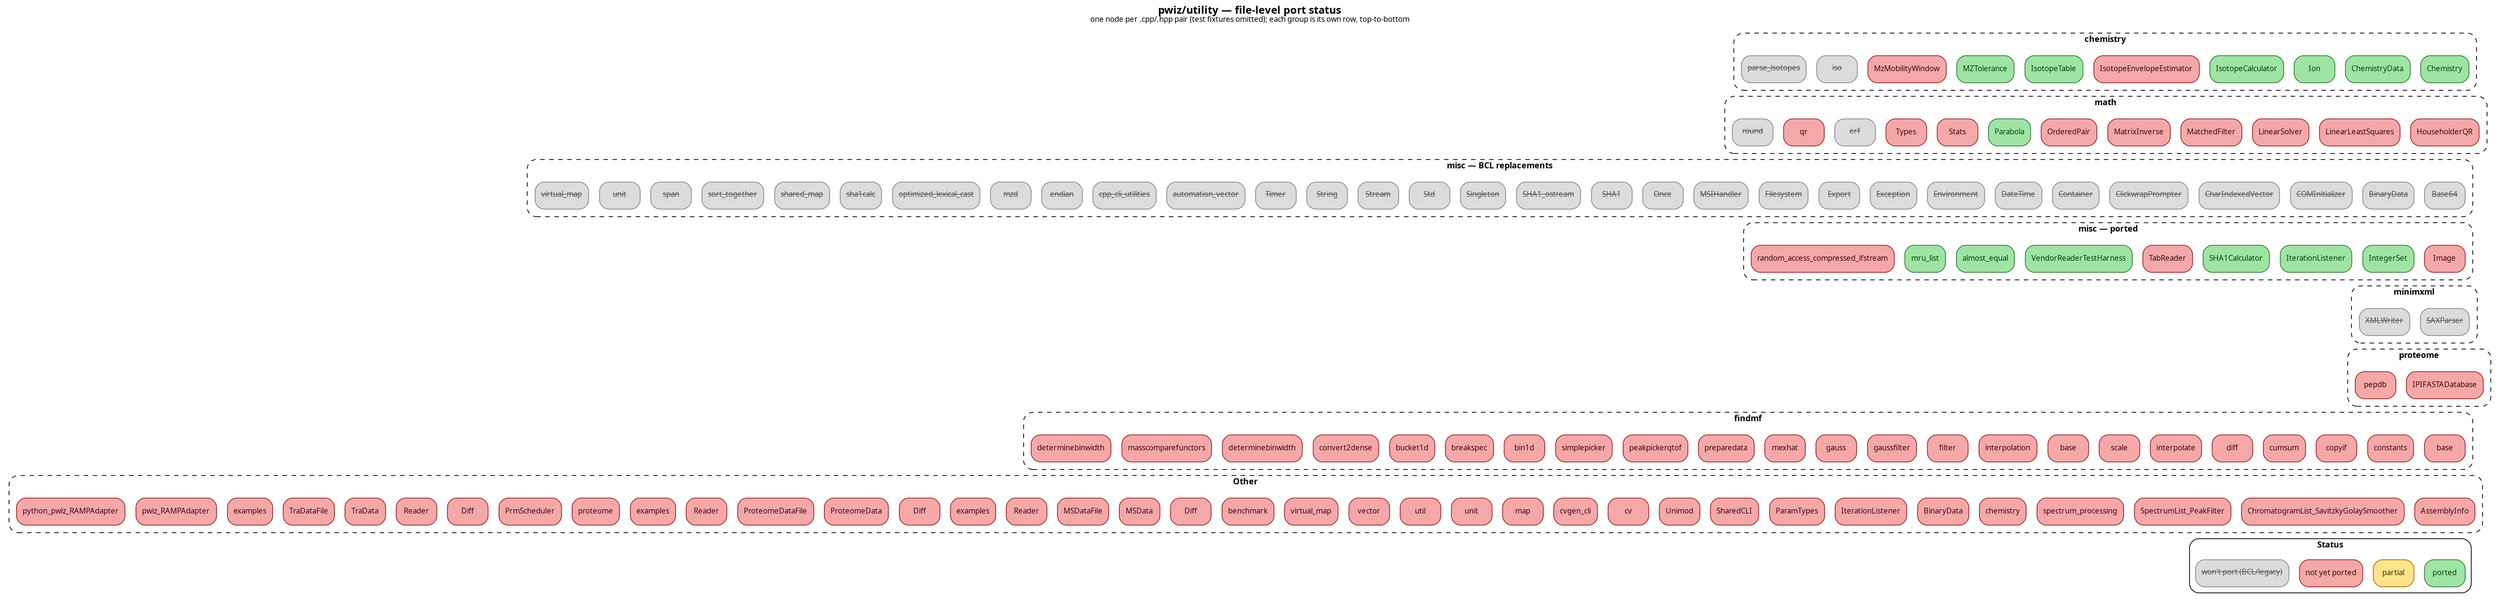
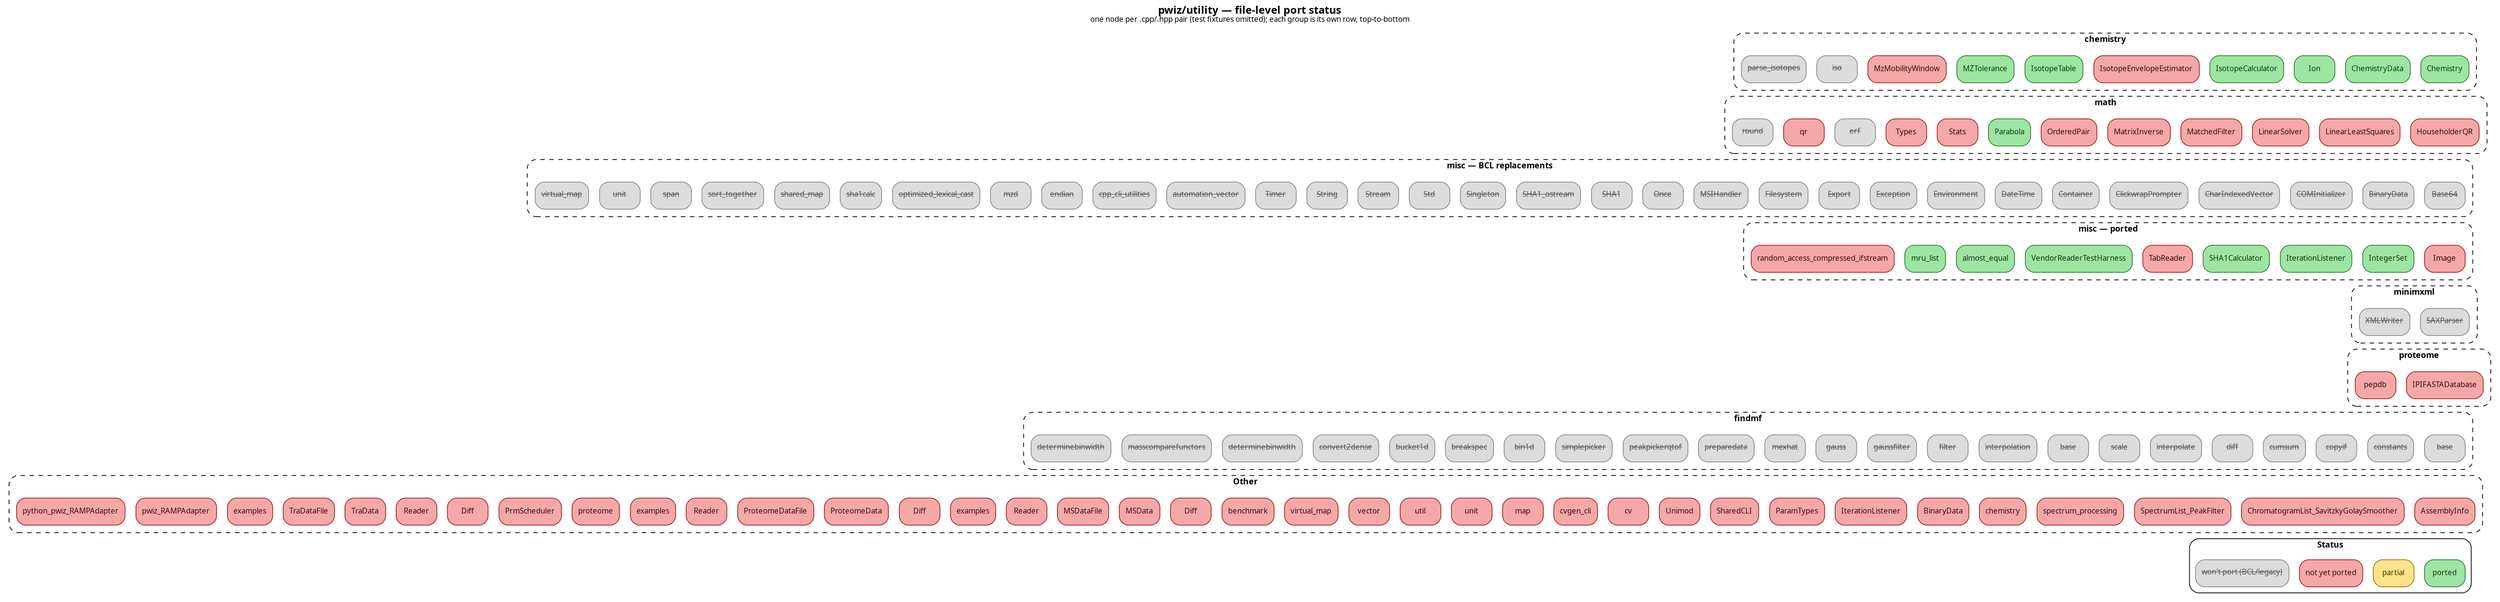
digraph pwiz_module_detail {
  rankdir=TB;
  labelloc=t;
  label=<<b>pwiz/utility — file-level port status</b><br/><font point-size="10">one node per .cpp/.hpp pair (test fixtures omitted); each group is its own row, top-to-bottom</font>>;
  fontname="Segoe UI";
  node [shape=box, style="filled,rounded", fontname="Segoe UI", fontsize=10];
  edge [color="#444"];
  ranksep=0.6; nodesep=0.2;
  compound=true;
  newrank=true;
  splines=false;
  subgraph cluster_utility_chemistry {
    label=<<b>chemistry</b>>;
    style="rounded,dashed";
    color="#888";
    fontname="Segoe UI";
    fontsize=11;
    margin=10;
    rank=same;
    n_utility__chemistry__Chemistry [label="Chemistry", fillcolor="#9ee5a3", color="#2c7a32", fontcolor="#0a3d10", tooltip="Element / Formula / Mass arithmetic. Ported as Util/Chemistry/Formula.cs + Element*.cs +&#10;PhysicalConstants.cs. Generated 118-element table from cpp via Chemistry/generate_elements.py.", href="https://github.com/ProteoWizard/pwiz/blob/master/pwiz/utility/chemistry/Chemistry.cpp", target="_blank"];
    n_utility__chemistry__ChemistryData [label="ChemistryData", fillcolor="#9ee5a3", color="#2c7a32", fontcolor="#0a3d10", tooltip="Generated isotope masses + abundances for all 118 elements. Ported as Util/Chemistry/ChemistryData.generated.cs.", href="https://github.com/ProteoWizard/pwiz/blob/master/pwiz/utility/chemistry/ChemistryData.cpp", target="_blank"];
    n_utility__chemistry__Ion [label="Ion", fillcolor="#9ee5a3", color="#2c7a32", fontcolor="#0a3d10", tooltip="m/z-from-mass-and-charge helpers. Ported as Util/Chemistry/Ion.cs.", href="https://github.com/ProteoWizard/pwiz/blob/master/pwiz/utility/chemistry/Ion.hpp", target="_blank"];
    n_utility__chemistry__IsotopeCalculator [label="IsotopeCalculator", fillcolor="#9ee5a3", color="#2c7a32", fontcolor="#0a3d10", tooltip="Isotope-envelope distribution calculator. Ported as Util/Chemistry/IsotopeCalculator.cs.", href="https://github.com/ProteoWizard/pwiz/blob/master/pwiz/utility/chemistry/IsotopeCalculator.cpp", target="_blank"];
    n_utility__chemistry__IsotopeEnvelopeEstimator [label="IsotopeEnvelopeEstimator", fillcolor="#f5a8a8", color="#a02020", fontcolor="#3d0a0a", tooltip="Statistical fit of isotope-envelope shapes. NOT PORTED — no current consumer.", href="https://github.com/ProteoWizard/pwiz/blob/master/pwiz/utility/chemistry/IsotopeEnvelopeEstimator.cpp", target="_blank"];
    n_utility__chemistry__IsotopeTable [label="IsotopeTable", fillcolor="#9ee5a3", color="#2c7a32", fontcolor="#0a3d10", tooltip="Per-element isotope table. Ported as Util/Chemistry/IsotopeTable.cs.", href="https://github.com/ProteoWizard/pwiz/blob/master/pwiz/utility/chemistry/IsotopeTable.cpp", target="_blank"];
    n_utility__chemistry__MZTolerance [label="MZTolerance", fillcolor="#9ee5a3", color="#2c7a32", fontcolor="#0a3d10", tooltip="m/z tolerance ppm/Da arithmetic. Ported as Util/Chemistry/MZTolerance.cs.", href="https://github.com/ProteoWizard/pwiz/blob/master/pwiz/utility/chemistry/MZTolerance.cpp", target="_blank"];
    n_utility__chemistry__MzMobilityWindow [label="MzMobilityWindow", fillcolor="#f5a8a8", color="#a02020", fontcolor="#3d0a0a", tooltip="(m/z, ion-mobility) window math. NOT PORTED.", href="https://github.com/ProteoWizard/pwiz/blob/master/pwiz/utility/chemistry/MzMobilityWindow.hpp", target="_blank"];
    n_utility__chemistry__iso [label=<<s>iso</s>>, fillcolor="#dcdcdc", color="#888888", fontcolor="#555555", tooltip="Small command-line tool. SKIPPED.", href="https://github.com/ProteoWizard/pwiz/blob/master/pwiz/utility/chemistry/iso.cpp", target="_blank"];
    n_utility__chemistry__parse_isotopes [label=<<s>parse_isotopes</s>>, fillcolor="#dcdcdc", color="#888888", fontcolor="#555555", tooltip="Tiny CLI helper. SKIPPED.", href="https://github.com/ProteoWizard/pwiz/blob/master/pwiz/utility/chemistry/parse_isotopes.cpp", target="_blank"];
    n_utility__chemistry__Chemistry -> n_utility__chemistry__ChemistryData -> n_utility__chemistry__Ion -> n_utility__chemistry__IsotopeCalculator -> n_utility__chemistry__IsotopeEnvelopeEstimator -> n_utility__chemistry__IsotopeTable -> n_utility__chemistry__MZTolerance -> n_utility__chemistry__MzMobilityWindow -> n_utility__chemistry__iso -> n_utility__chemistry__parse_isotopes [style=invis, constraint=false];
  }
  subgraph cluster_utility_math {
    label=<<b>math</b>>;
    style="rounded,dashed";
    color="#888";
    fontname="Segoe UI";
    fontsize=11;
    margin=10;
    rank=same;
    n_utility__math__HouseholderQR [label="HouseholderQR", fillcolor="#f5a8a8", color="#a02020", fontcolor="#3d0a0a", tooltip="Not yet ported. No specific reason recorded.", href="https://github.com/ProteoWizard/pwiz/blob/master/pwiz/utility/math/HouseholderQR.hpp", target="_blank"];
    n_utility__math__LinearLeastSquares [label="LinearLeastSquares", fillcolor="#f5a8a8", color="#a02020", fontcolor="#3d0a0a", tooltip="Not yet ported. No specific reason recorded.", href="https://github.com/ProteoWizard/pwiz/blob/master/pwiz/utility/math/LinearLeastSquares.hpp", target="_blank"];
    n_utility__math__LinearSolver [label="LinearSolver", fillcolor="#f5a8a8", color="#a02020", fontcolor="#3d0a0a", tooltip="Not yet ported. No specific reason recorded.", href="https://github.com/ProteoWizard/pwiz/blob/master/pwiz/utility/math/LinearSolver.hpp", target="_blank"];
    n_utility__math__MatchedFilter [label="MatchedFilter", fillcolor="#f5a8a8", color="#a02020", fontcolor="#3d0a0a", tooltip="Not yet ported. No specific reason recorded.", href="https://github.com/ProteoWizard/pwiz/blob/master/pwiz/utility/math/MatchedFilter.hpp", target="_blank"];
    n_utility__math__MatrixInverse [label="MatrixInverse", fillcolor="#f5a8a8", color="#a02020", fontcolor="#3d0a0a", tooltip="Use MathNet.Numerics.LinearAlgebra. NOT PORTED.", href="https://github.com/ProteoWizard/pwiz/blob/master/pwiz/utility/math/MatrixInverse.hpp", target="_blank"];
    n_utility__math__OrderedPair [label="OrderedPair", fillcolor="#f5a8a8", color="#a02020", fontcolor="#3d0a0a", tooltip="Tiny (x,y) struct. NOT PORTED — System.ValueTuple covers.", href="https://github.com/ProteoWizard/pwiz/blob/master/pwiz/utility/math/OrderedPair.hpp", target="_blank"];
    n_utility__math__Parabola [label="Parabola", fillcolor="#9ee5a3", color="#2c7a32", fontcolor="#0a3d10", tooltip="3-point parabola fit (peak-centroiding). Ported as Util/Math/Parabola.cs.", href="https://github.com/ProteoWizard/pwiz/blob/master/pwiz/utility/math/Parabola.cpp", target="_blank"];
    n_utility__math__Stats [label="Stats", fillcolor="#f5a8a8", color="#a02020", fontcolor="#3d0a0a", tooltip="Mean/variance/percentile helpers. NOT PORTED — MathNet.Numerics covers the use cases.", href="https://github.com/ProteoWizard/pwiz/blob/master/pwiz/utility/math/Stats.cpp", target="_blank"];
    n_utility__math__Types [label="Types", fillcolor="#f5a8a8", color="#a02020", fontcolor="#3d0a0a", tooltip="Not yet ported. No specific reason recorded.", href="https://github.com/ProteoWizard/pwiz/blob/master/pwiz/utility/math/Types.hpp", target="_blank"];
    n_utility__math__erf [label=<<s>erf</s>>, fillcolor="#dcdcdc", color="#888888", fontcolor="#555555", tooltip="Use System.Math.Erf (.NET 5+). SKIPPED.", href="https://github.com/ProteoWizard/pwiz/blob/master/pwiz/utility/math/erf.cpp", target="_blank"];
    n_utility__math__qr [label="qr", fillcolor="#f5a8a8", color="#a02020", fontcolor="#3d0a0a", tooltip="Not yet ported. No specific reason recorded.", href="https://github.com/ProteoWizard/pwiz/blob/master/pwiz/utility/math/qr.hpp", target="_blank"];
    n_utility__math__round [label=<<s>round</s>>, fillcolor="#dcdcdc", color="#888888", fontcolor="#555555", tooltip="Use System.Math.Round. SKIPPED.", href="https://github.com/ProteoWizard/pwiz/blob/master/pwiz/utility/math/round.hpp", target="_blank"];
    n_utility__math__HouseholderQR -> n_utility__math__LinearLeastSquares -> n_utility__math__LinearSolver -> n_utility__math__MatchedFilter -> n_utility__math__MatrixInverse -> n_utility__math__OrderedPair -> n_utility__math__Parabola -> n_utility__math__Stats -> n_utility__math__Types -> n_utility__math__erf -> n_utility__math__qr -> n_utility__math__round [style=invis, constraint=false];
  }
  subgraph cluster_utility_misc_BCL_replacements {
    label=<<b>misc — BCL replacements</b>>;
    style="rounded,dashed";
    color="#888";
    fontname="Segoe UI";
    fontsize=11;
    margin=10;
    rank=same;
    n_utility__misc__Base64 [label=<<s>Base64</s>>, fillcolor="#dcdcdc", color="#888888", fontcolor="#555555", tooltip="Use System.Convert.ToBase64String / Buffers.Text.Base64. SKIPPED.", href="https://github.com/ProteoWizard/pwiz/blob/master/pwiz/utility/misc/Base64.cpp", target="_blank"];
    n_utility__misc__BinaryData [label=<<s>BinaryData</s>>, fillcolor="#dcdcdc", color="#888888", fontcolor="#555555", tooltip="Use byte[] / Span<byte>. SKIPPED.", href="https://github.com/ProteoWizard/pwiz/blob/master/pwiz/utility/misc/BinaryData.cpp", target="_blank"];
    n_utility__misc__COMInitializer [label=<<s>COMInitializer</s>>, fillcolor="#dcdcdc", color="#888888", fontcolor="#555555", tooltip="COM apartment init. SKIPPED.", href="https://github.com/ProteoWizard/pwiz/blob/master/pwiz/utility/misc/COMInitializer.cpp", target="_blank"];
    n_utility__misc__CharIndexedVector [label=<<s>CharIndexedVector</s>>, fillcolor="#dcdcdc", color="#888888", fontcolor="#555555", tooltip="Char-keyed bitmap. SKIPPED — replaced by Dictionary<char,T>.", href="https://github.com/ProteoWizard/pwiz/blob/master/pwiz/utility/misc/CharIndexedVector.hpp", target="_blank"];
    n_utility__misc__ClickwrapPrompter [label=<<s>ClickwrapPrompter</s>>, fillcolor="#dcdcdc", color="#888888", fontcolor="#555555", tooltip="Vendor-license EULA prompt at build time. SKIPPED — handled by build scripts.", href="https://github.com/ProteoWizard/pwiz/blob/master/pwiz/utility/misc/ClickwrapPrompter.cpp", target="_blank"];
    n_utility__misc__Container [label=<<s>Container</s>>, fillcolor="#dcdcdc", color="#888888", fontcolor="#555555", tooltip="C++ STL container alias header. N/A. SKIPPED.", href="https://github.com/ProteoWizard/pwiz/blob/master/pwiz/utility/misc/Container.hpp", target="_blank"];
    n_utility__misc__DateTime [label=<<s>DateTime</s>>, fillcolor="#dcdcdc", color="#888888", fontcolor="#555555", tooltip="Use System.DateTime + System.DateTimeOffset. SKIPPED.", href="https://github.com/ProteoWizard/pwiz/blob/master/pwiz/utility/misc/DateTime.hpp", target="_blank"];
    n_utility__misc__Environment [label=<<s>Environment</s>>, fillcolor="#dcdcdc", color="#888888", fontcolor="#555555", tooltip="Use System.Environment. SKIPPED.", href="https://github.com/ProteoWizard/pwiz/blob/master/pwiz/utility/misc/Environment.hpp", target="_blank"];
    n_utility__misc__Exception [label=<<s>Exception</s>>, fillcolor="#dcdcdc", color="#888888", fontcolor="#555555", tooltip="Use System exception types. SKIPPED.", href="https://github.com/ProteoWizard/pwiz/blob/master/pwiz/utility/misc/Exception.hpp", target="_blank"];
    n_utility__misc__Export [label=<<s>Export</s>>, fillcolor="#dcdcdc", color="#888888", fontcolor="#555555", tooltip="DLL_EXPORT/IMPORT macros. N/A. SKIPPED.", href="https://github.com/ProteoWizard/pwiz/blob/master/pwiz/utility/misc/Export.hpp", target="_blank"];
    n_utility__misc__Filesystem [label=<<s>Filesystem</s>>, fillcolor="#dcdcdc", color="#888888", fontcolor="#555555", tooltip="Use System.IO.Path / Directory / File. SKIPPED.", href="https://github.com/ProteoWizard/pwiz/blob/master/pwiz/utility/misc/Filesystem.cpp", target="_blank"];
    n_utility__misc__MSIHandler [label=<<s>MSIHandler</s>>, fillcolor="#dcdcdc", color="#888888", fontcolor="#555555", tooltip="Windows Installer detection. SKIPPED.", href="https://github.com/ProteoWizard/pwiz/blob/master/pwiz/utility/misc/MSIHandler.cpp", target="_blank"];
    n_utility__misc__Once [label=<<s>Once</s>>, fillcolor="#dcdcdc", color="#888888", fontcolor="#555555", tooltip="Thread-safe one-shot init. Use Lazy<T> / static ctor. SKIPPED.", href="https://github.com/ProteoWizard/pwiz/blob/master/pwiz/utility/misc/Once.hpp", target="_blank"];
    n_utility__misc__SHA1 [label=<<s>SHA1</s>>, fillcolor="#dcdcdc", color="#888888", fontcolor="#555555", tooltip="Use System.Security.Cryptography.SHA1. SKIPPED.", href="https://github.com/ProteoWizard/pwiz/blob/master/pwiz/utility/misc/SHA1.cpp", target="_blank"];
    n_utility__misc__SHA1_ostream [label=<<s>SHA1_ostream</s>>, fillcolor="#dcdcdc", color="#888888", fontcolor="#555555", tooltip="stdout-tee SHA1 stream — covered by HashingCountingStream in MsData. SKIPPED.", href="https://github.com/ProteoWizard/pwiz/blob/master/pwiz/utility/misc/SHA1_ostream.hpp", target="_blank"];
    n_utility__misc__Singleton [label=<<s>Singleton</s>>, fillcolor="#dcdcdc", color="#888888", fontcolor="#555555", tooltip="Use static / DI / Lazy<T>. SKIPPED.", href="https://github.com/ProteoWizard/pwiz/blob/master/pwiz/utility/misc/Singleton.hpp", target="_blank"];
    n_utility__misc__Std [label=<<s>Std</s>>, fillcolor="#dcdcdc", color="#888888", fontcolor="#555555", tooltip="C++ namespace alias header (using std::...). N/A in C#. SKIPPED.", href="https://github.com/ProteoWizard/pwiz/blob/master/pwiz/utility/misc/Std.hpp", target="_blank"];
    n_utility__misc__Stream [label=<<s>Stream</s>>, fillcolor="#dcdcdc", color="#888888", fontcolor="#555555", tooltip="Use System.IO streams. SKIPPED.", href="https://github.com/ProteoWizard/pwiz/blob/master/pwiz/utility/misc/Stream.hpp", target="_blank"];
    n_utility__misc__String [label=<<s>String</s>>, fillcolor="#dcdcdc", color="#888888", fontcolor="#555555", tooltip="Use System.String + System.Text. SKIPPED.", href="https://github.com/ProteoWizard/pwiz/blob/master/pwiz/utility/misc/String.cpp", target="_blank"];
    n_utility__misc__Timer [label=<<s>Timer</s>>, fillcolor="#dcdcdc", color="#888888", fontcolor="#555555", tooltip="Use System.Diagnostics.Stopwatch. SKIPPED.", href="https://github.com/ProteoWizard/pwiz/blob/master/pwiz/utility/misc/Timer.hpp", target="_blank"];
    n_utility__misc__automation_vector [label=<<s>automation_vector</s>>, fillcolor="#dcdcdc", color="#888888", fontcolor="#555555", tooltip="COM SAFEARRAY interop helper. N/A in pwiz-sharp. SKIPPED.", href="https://github.com/ProteoWizard/pwiz/blob/master/pwiz/utility/misc/automation_vector.cpp", target="_blank"];
    n_utility__misc__cpp_cli_utilities [label=<<s>cpp_cli_utilities</s>>, fillcolor="#dcdcdc", color="#888888", fontcolor="#555555", tooltip="C++/CLI marshaling helpers (ToStdString etc.). SKIPPED — pwiz-sharp has no CLI bridge.", href="https://github.com/ProteoWizard/pwiz/blob/master/pwiz/utility/misc/cpp_cli_utilities.hpp", target="_blank"];
    n_utility__misc__endian [label=<<s>endian</s>>, fillcolor="#dcdcdc", color="#888888", fontcolor="#555555", tooltip="Use System.Buffers.Binary.BinaryPrimitives. SKIPPED.", href="https://github.com/ProteoWizard/pwiz/blob/master/pwiz/utility/misc/endian.hpp", target="_blank"];
    n_utility__misc__mzd [label=<<s>mzd</s>>, fillcolor="#dcdcdc", color="#888888", fontcolor="#555555", tooltip="mzd-format helper. SKIPPED.", href="https://github.com/ProteoWizard/pwiz/blob/master/pwiz/utility/misc/mzd.hpp", target="_blank"];
    n_utility__misc__optimized_lexical_cast [label=<<s>optimized_lexical_cast</s>>, fillcolor="#dcdcdc", color="#888888", fontcolor="#555555", tooltip="Boost lexical_cast tuning. SKIPPED — use BCL parse methods.", href="https://github.com/ProteoWizard/pwiz/blob/master/pwiz/utility/misc/optimized_lexical_cast.hpp", target="_blank"];
    n_utility__misc__sha1calc [label=<<s>sha1calc</s>>, fillcolor="#dcdcdc", color="#888888", fontcolor="#555555", tooltip="CLI wrapper around SHA1Calculator. SKIPPED.", href="https://github.com/ProteoWizard/pwiz/blob/master/pwiz/utility/misc/sha1calc.cpp", target="_blank"];
    n_utility__misc__shared_map [label=<<s>shared_map</s>>, fillcolor="#dcdcdc", color="#888888", fontcolor="#555555", tooltip="Thread-safe map wrapper. SKIPPED — use ConcurrentDictionary.", href="https://github.com/ProteoWizard/pwiz/blob/master/pwiz/utility/misc/shared_map.hpp", target="_blank"];
    n_utility__misc__sort_together [label=<<s>sort_together</s>>, fillcolor="#dcdcdc", color="#888888", fontcolor="#555555", tooltip="Parallel-array sort. SKIPPED — use indexed Array.Sort with comparator.", href="https://github.com/ProteoWizard/pwiz/blob/master/pwiz/utility/misc/sort_together.hpp", target="_blank"];
    n_utility__misc__span [label=<<s>span</s>>, fillcolor="#dcdcdc", color="#888888", fontcolor="#555555", tooltip="Use System.Span<T>. SKIPPED.", href="https://github.com/ProteoWizard/pwiz/blob/master/pwiz/utility/misc/span.hpp", target="_blank"];
    n_utility__misc__unit [label=<<s>unit</s>>, fillcolor="#dcdcdc", color="#888888", fontcolor="#555555", tooltip="C++ unit-test framework. SKIPPED — replaced by MSTest.", href="https://github.com/ProteoWizard/pwiz/blob/master/pwiz/utility/misc/unit.hpp", target="_blank"];
    n_utility__misc__virtual_map [label=<<s>virtual_map</s>>, fillcolor="#dcdcdc", color="#888888", fontcolor="#555555", tooltip="Polymorphic map. SKIPPED.", href="https://github.com/ProteoWizard/pwiz/blob/master/pwiz/utility/misc/virtual_map.hpp", target="_blank"];
    n_utility__misc__Base64 -> n_utility__misc__BinaryData -> n_utility__misc__COMInitializer -> n_utility__misc__CharIndexedVector -> n_utility__misc__ClickwrapPrompter -> n_utility__misc__Container -> n_utility__misc__DateTime -> n_utility__misc__Environment -> n_utility__misc__Exception -> n_utility__misc__Export -> n_utility__misc__Filesystem -> n_utility__misc__MSIHandler -> n_utility__misc__Once -> n_utility__misc__SHA1 -> n_utility__misc__SHA1_ostream -> n_utility__misc__Singleton -> n_utility__misc__Std -> n_utility__misc__Stream -> n_utility__misc__String -> n_utility__misc__Timer -> n_utility__misc__automation_vector -> n_utility__misc__cpp_cli_utilities -> n_utility__misc__endian -> n_utility__misc__mzd -> n_utility__misc__optimized_lexical_cast -> n_utility__misc__sha1calc -> n_utility__misc__shared_map -> n_utility__misc__sort_together -> n_utility__misc__span -> n_utility__misc__unit -> n_utility__misc__virtual_map [style=invis, constraint=false];
  }
  subgraph cluster_utility_misc_ported {
    label=<<b>misc — ported</b>>;
    style="rounded,dashed";
    color="#888";
    fontname="Segoe UI";
    fontsize=11;
    margin=10;
    rank=same;
    n_utility__misc__Image [label="Image", fillcolor="#f5a8a8", color="#a02020", fontcolor="#3d0a0a", tooltip="Image I/O (BMP/PNG output for peakpicking debug). NOT PORTED.", href="https://github.com/ProteoWizard/pwiz/blob/master/pwiz/utility/misc/Image.cpp", target="_blank"];
    n_utility__misc__IntegerSet [label="IntegerSet", fillcolor="#9ee5a3", color="#2c7a32", fontcolor="#0a3d10", tooltip="Sparse integer set with range arithmetic. Ported as Util/IntegerSet.cs.", href="https://github.com/ProteoWizard/pwiz/blob/master/pwiz/utility/misc/IntegerSet.cpp", target="_blank"];
    n_utility__misc__IterationListener [label="IterationListener", fillcolor="#9ee5a3", color="#2c7a32", fontcolor="#0a3d10", tooltip="Progress listener interface + registry. Ported as Util/Misc/IterationListener.cs (IIterationListener + IterationListenerRegistry).", href="https://github.com/ProteoWizard/pwiz/blob/master/pwiz/utility/misc/IterationListener.cpp", target="_blank"];
    n_utility__misc__SHA1Calculator [label="SHA1Calculator", fillcolor="#9ee5a3", color="#2c7a32", fontcolor="#0a3d10", tooltip="Streaming SHA-1 helper. Ported as Util/Sha1Calculator.cs.", href="https://github.com/ProteoWizard/pwiz/blob/master/pwiz/utility/misc/SHA1Calculator.cpp", target="_blank"];
    n_utility__misc__TabReader [label="TabReader", fillcolor="#f5a8a8", color="#a02020", fontcolor="#3d0a0a", tooltip="Generic TSV reader. NOT PORTED — call sites use Sciex CSV reader instead.", href="https://github.com/ProteoWizard/pwiz/blob/master/pwiz/utility/misc/TabReader.cpp", target="_blank"];
    n_utility__misc__VendorReaderTestHarness [label="VendorReaderTestHarness", fillcolor="#9ee5a3", color="#2c7a32", fontcolor="#0a3d10", tooltip="Round-trip harness: reads vendor file, normalizes, diffs against reference mzML.&#10;Ported as test/Pwiz.TestHarness/VendorReaderTestHarness.cs. Drives every vendor&#10;fixture test (Reader_Bruker_*, Reader_Thermo_*, …).", href="https://github.com/ProteoWizard/pwiz/blob/master/pwiz/utility/misc/VendorReaderTestHarness.cpp", target="_blank"];
    n_utility__misc__almost_equal [label="almost_equal", fillcolor="#9ee5a3", color="#2c7a32", fontcolor="#0a3d10", tooltip="Floating-point epsilon compare. Ported as Util/Math/FloatingPoint.cs (AlmostEqual).", href="https://github.com/ProteoWizard/pwiz/blob/master/pwiz/utility/misc/almost_equal.hpp", target="_blank"];
    n_utility__misc__mru_list [label="mru_list", fillcolor="#9ee5a3", color="#2c7a32", fontcolor="#0a3d10", tooltip="Bounded LRU helper (paired with MemoryMRUCache). Ported via Util/Collections/LruCache.cs.", href="https://github.com/ProteoWizard/pwiz/blob/master/pwiz/utility/misc/mru_list.hpp", target="_blank"];
    n_utility__misc__random_access_compressed_ifstream [label="random_access_compressed_ifstream", fillcolor="#f5a8a8", color="#a02020", fontcolor="#3d0a0a", tooltip="Seekable gzip stream. NOT PORTED — not used by core msconvert path.", href="https://github.com/ProteoWizard/pwiz/blob/master/pwiz/utility/misc/random_access_compressed_ifstream.cpp", target="_blank"];
    n_utility__misc__Image -> n_utility__misc__IntegerSet -> n_utility__misc__IterationListener -> n_utility__misc__SHA1Calculator -> n_utility__misc__TabReader -> n_utility__misc__VendorReaderTestHarness -> n_utility__misc__almost_equal -> n_utility__misc__mru_list -> n_utility__misc__random_access_compressed_ifstream [style=invis, constraint=false];
  }
  subgraph cluster_utility_minimxml {
    label=<<b>minimxml</b>>;
    style="rounded,dashed";
    color="#888";
    fontname="Segoe UI";
    fontsize=11;
    margin=10;
    rank=same;
    n_utility__minimxml__SAXParser [label=<<s>SAXParser</s>>, fillcolor="#dcdcdc", color="#888888", fontcolor="#555555", tooltip="Use System.Xml.XmlReader. SKIPPED.", href="https://github.com/ProteoWizard/pwiz/blob/master/pwiz/utility/minimxml/SAXParser.cpp", target="_blank"];
    n_utility__minimxml__XMLWriter [label=<<s>XMLWriter</s>>, fillcolor="#dcdcdc", color="#888888", fontcolor="#555555", tooltip="Use System.Xml.XmlWriter. SKIPPED.", href="https://github.com/ProteoWizard/pwiz/blob/master/pwiz/utility/minimxml/XMLWriter.cpp", target="_blank"];
    n_utility__minimxml__SAXParser -> n_utility__minimxml__XMLWriter [style=invis, constraint=false];
  }
  subgraph cluster_utility_proteome {
    label=<<b>proteome</b>>;
    style="rounded,dashed";
    color="#888";
    fontname="Segoe UI";
    fontsize=11;
    margin=10;
    rank=same;
    n_utility__proteome__IPIFASTADatabase [label="IPIFASTADatabase", fillcolor="#f5a8a8", color="#a02020", fontcolor="#3d0a0a", tooltip="Not yet ported. No specific reason recorded.", href="https://github.com/ProteoWizard/pwiz/blob/master/pwiz/utility/proteome/IPIFASTADatabase.cpp", target="_blank"];
    n_utility__proteome__pepdb [label="pepdb", fillcolor="#f5a8a8", color="#a02020", fontcolor="#3d0a0a", tooltip="Not yet ported. No specific reason recorded.", href="https://github.com/ProteoWizard/pwiz/blob/master/pwiz/utility/proteome/pepdb.cpp", target="_blank"];
    n_utility__proteome__IPIFASTADatabase -> n_utility__proteome__pepdb [style=invis, constraint=false];
  }
  subgraph cluster_utility_findmf {
    label=<<b>findmf</b>>;
    style="rounded,dashed";
    color="#888";
    fontname="Segoe UI";
    fontsize=11;
    margin=10;
    rank=same;
-     n_utility__findmf__base__base__base [label="base", fillcolor="#f5a8a8", color="#a02020", fontcolor="#3d0a0a", tooltip="Not yet ported. No specific reason recorded.", href="https://github.com/ProteoWizard/pwiz/blob/master/pwiz/utility/findmf/base/base/base.hpp", target="_blank"];
-     n_utility__findmf__base__base__constants [label="constants", fillcolor="#f5a8a8", color="#a02020", fontcolor="#3d0a0a", tooltip="Not yet ported. No specific reason recorded.", href="https://github.com/ProteoWizard/pwiz/blob/master/pwiz/utility/findmf/base/base/constants.hpp", target="_blank"];
-     n_utility__findmf__base__base__copyif [label="copyif", fillcolor="#f5a8a8", color="#a02020", fontcolor="#3d0a0a", tooltip="Not yet ported. No specific reason recorded.", href="https://github.com/ProteoWizard/pwiz/blob/master/pwiz/utility/findmf/base/base/copyif.hpp", target="_blank"];
-     n_utility__findmf__base__base__cumsum [label="cumsum", fillcolor="#f5a8a8", color="#a02020", fontcolor="#3d0a0a", tooltip="Not yet ported. No specific reason recorded.", href="https://github.com/ProteoWizard/pwiz/blob/master/pwiz/utility/findmf/base/base/cumsum.hpp", target="_blank"];
-     n_utility__findmf__base__base__diff [label="diff", fillcolor="#f5a8a8", color="#a02020", fontcolor="#3d0a0a", tooltip="Not yet ported. No specific reason recorded.", href="https://github.com/ProteoWizard/pwiz/blob/master/pwiz/utility/findmf/base/base/diff.hpp", target="_blank"];
-     n_utility__findmf__base__base__interpolate [label="interpolate", fillcolor="#f5a8a8", color="#a02020", fontcolor="#3d0a0a", tooltip="Not yet ported. No specific reason recorded.", href="https://github.com/ProteoWizard/pwiz/blob/master/pwiz/utility/findmf/base/base/interpolate.hpp", target="_blank"];
-     n_utility__findmf__base__base__scale [label="scale", fillcolor="#f5a8a8", color="#a02020", fontcolor="#3d0a0a", tooltip="Not yet ported. No specific reason recorded.", href="https://github.com/ProteoWizard/pwiz/blob/master/pwiz/utility/findmf/base/base/scale.hpp", target="_blank"];
-     n_utility__findmf__base__base__utilities__base [label="base", fillcolor="#f5a8a8", color="#a02020", fontcolor="#3d0a0a", tooltip="Not yet ported. No specific reason recorded.", href="https://github.com/ProteoWizard/pwiz/blob/master/pwiz/utility/findmf/base/base/utilities/base.hpp", target="_blank"];
-     n_utility__findmf__base__base__utilities__interpolation [label="interpolation", fillcolor="#f5a8a8", color="#a02020", fontcolor="#3d0a0a", tooltip="Not yet ported. No specific reason recorded.", href="https://github.com/ProteoWizard/pwiz/blob/master/pwiz/utility/findmf/base/base/utilities/interpolation.hpp", target="_blank"];
-     n_utility__findmf__base__filter__filter [label="filter", fillcolor="#f5a8a8", color="#a02020", fontcolor="#3d0a0a", tooltip="Not yet ported. No specific reason recorded.", href="https://github.com/ProteoWizard/pwiz/blob/master/pwiz/utility/findmf/base/filter/filter.hpp", target="_blank"];
-     n_utility__findmf__base__filter__gaussfilter [label="gaussfilter", fillcolor="#f5a8a8", color="#a02020", fontcolor="#3d0a0a", tooltip="Not yet ported. No specific reason recorded.", href="https://github.com/ProteoWizard/pwiz/blob/master/pwiz/utility/findmf/base/filter/gaussfilter.hpp", target="_blank"];
-     n_utility__findmf__base__filter__utilities__gauss [label="gauss", fillcolor="#f5a8a8", color="#a02020", fontcolor="#3d0a0a", tooltip="Not yet ported. No specific reason recorded.", href="https://github.com/ProteoWizard/pwiz/blob/master/pwiz/utility/findmf/base/filter/utilities/gauss.hpp", target="_blank"];
-     n_utility__findmf__base__filter__utilities__mexhat [label="mexhat", fillcolor="#f5a8a8", color="#a02020", fontcolor="#3d0a0a", tooltip="Not yet ported. No specific reason recorded.", href="https://github.com/ProteoWizard/pwiz/blob/master/pwiz/utility/findmf/base/filter/utilities/mexhat.hpp", target="_blank"];
-     n_utility__findmf__base__filter__utilities__preparedata [label="preparedata", fillcolor="#f5a8a8", color="#a02020", fontcolor="#3d0a0a", tooltip="Not yet ported. No specific reason recorded.", href="https://github.com/ProteoWizard/pwiz/blob/master/pwiz/utility/findmf/base/filter/utilities/preparedata.hpp", target="_blank"];
-     n_utility__findmf__base__ms__peakpickerqtof [label="peakpickerqtof", fillcolor="#f5a8a8", color="#a02020", fontcolor="#3d0a0a", tooltip="Not yet ported. No specific reason recorded.", href="https://github.com/ProteoWizard/pwiz/blob/master/pwiz/utility/findmf/base/ms/peakpickerqtof.hpp", target="_blank"];
-     n_utility__findmf__base__ms__simplepicker [label="simplepicker", fillcolor="#f5a8a8", color="#a02020", fontcolor="#3d0a0a", tooltip="Not yet ported. No specific reason recorded.", href="https://github.com/ProteoWizard/pwiz/blob/master/pwiz/utility/findmf/base/ms/simplepicker.hpp", target="_blank"];
-     n_utility__findmf__base__resample__bin1d [label="bin1d", fillcolor="#f5a8a8", color="#a02020", fontcolor="#3d0a0a", tooltip="Not yet ported. No specific reason recorded.", href="https://github.com/ProteoWizard/pwiz/blob/master/pwiz/utility/findmf/base/resample/bin1d.hpp", target="_blank"];
-     n_utility__findmf__base__resample__breakspec [label="breakspec", fillcolor="#f5a8a8", color="#a02020", fontcolor="#3d0a0a", tooltip="Not yet ported. No specific reason recorded.", href="https://github.com/ProteoWizard/pwiz/blob/master/pwiz/utility/findmf/base/resample/breakspec.hpp", target="_blank"];
-     n_utility__findmf__base__resample__bucket1d [label="bucket1d", fillcolor="#f5a8a8", color="#a02020", fontcolor="#3d0a0a", tooltip="Not yet ported. No specific reason recorded.", href="https://github.com/ProteoWizard/pwiz/blob/master/pwiz/utility/findmf/base/resample/bucket1d.hpp", target="_blank"];
-     n_utility__findmf__base__resample__convert2dense [label="convert2dense", fillcolor="#f5a8a8", color="#a02020", fontcolor="#3d0a0a", tooltip="Not yet ported. No specific reason recorded.", href="https://github.com/ProteoWizard/pwiz/blob/master/pwiz/utility/findmf/base/resample/convert2dense.hpp", target="_blank"];
-     n_utility__findmf__base__resample__determinebinwidth [label="determinebinwidth", fillcolor="#f5a8a8", color="#a02020", fontcolor="#3d0a0a", tooltip="Not yet ported. No specific reason recorded.", href="https://github.com/ProteoWizard/pwiz/blob/master/pwiz/utility/findmf/base/resample/determinebinwidth.hpp", target="_blank"];
-     n_utility__findmf__base__resample__masscomparefunctors [label="masscomparefunctors", fillcolor="#f5a8a8", color="#a02020", fontcolor="#3d0a0a", tooltip="Not yet ported. No specific reason recorded.", href="https://github.com/ProteoWizard/pwiz/blob/master/pwiz/utility/findmf/base/resample/masscomparefunctors.hpp", target="_blank"];
-     n_utility__findmf__base__resample__utilities__determinebinwidth [label="determinebinwidth", fillcolor="#f5a8a8", color="#a02020", fontcolor="#3d0a0a", tooltip="Not yet ported. No specific reason recorded.", href="https://github.com/ProteoWizard/pwiz/blob/master/pwiz/utility/findmf/base/resample/utilities/determinebinwidth.hpp", target="_blank"];
+     n_utility__findmf__base__base__base [label=<<s>base</s>>, fillcolor="#dcdcdc", color="#888888", fontcolor="#555555", tooltip="Won't port. No specific replacement recorded.", href="https://github.com/ProteoWizard/pwiz/blob/master/pwiz/utility/findmf/base/base/base.hpp", target="_blank"];
+     n_utility__findmf__base__base__constants [label=<<s>constants</s>>, fillcolor="#dcdcdc", color="#888888", fontcolor="#555555", tooltip="Won't port. No specific replacement recorded.", href="https://github.com/ProteoWizard/pwiz/blob/master/pwiz/utility/findmf/base/base/constants.hpp", target="_blank"];
+     n_utility__findmf__base__base__copyif [label=<<s>copyif</s>>, fillcolor="#dcdcdc", color="#888888", fontcolor="#555555", tooltip="Won't port. No specific replacement recorded.", href="https://github.com/ProteoWizard/pwiz/blob/master/pwiz/utility/findmf/base/base/copyif.hpp", target="_blank"];
+     n_utility__findmf__base__base__cumsum [label=<<s>cumsum</s>>, fillcolor="#dcdcdc", color="#888888", fontcolor="#555555", tooltip="Won't port. No specific replacement recorded.", href="https://github.com/ProteoWizard/pwiz/blob/master/pwiz/utility/findmf/base/base/cumsum.hpp", target="_blank"];
+     n_utility__findmf__base__base__diff [label=<<s>diff</s>>, fillcolor="#dcdcdc", color="#888888", fontcolor="#555555", tooltip="Won't port. No specific replacement recorded.", href="https://github.com/ProteoWizard/pwiz/blob/master/pwiz/utility/findmf/base/base/diff.hpp", target="_blank"];
+     n_utility__findmf__base__base__interpolate [label=<<s>interpolate</s>>, fillcolor="#dcdcdc", color="#888888", fontcolor="#555555", tooltip="Won't port. No specific replacement recorded.", href="https://github.com/ProteoWizard/pwiz/blob/master/pwiz/utility/findmf/base/base/interpolate.hpp", target="_blank"];
+     n_utility__findmf__base__base__scale [label=<<s>scale</s>>, fillcolor="#dcdcdc", color="#888888", fontcolor="#555555", tooltip="Won't port. No specific replacement recorded.", href="https://github.com/ProteoWizard/pwiz/blob/master/pwiz/utility/findmf/base/base/scale.hpp", target="_blank"];
+     n_utility__findmf__base__base__utilities__base [label=<<s>base</s>>, fillcolor="#dcdcdc", color="#888888", fontcolor="#555555", tooltip="Won't port. No specific replacement recorded.", href="https://github.com/ProteoWizard/pwiz/blob/master/pwiz/utility/findmf/base/base/utilities/base.hpp", target="_blank"];
+     n_utility__findmf__base__base__utilities__interpolation [label=<<s>interpolation</s>>, fillcolor="#dcdcdc", color="#888888", fontcolor="#555555", tooltip="Won't port. No specific replacement recorded.", href="https://github.com/ProteoWizard/pwiz/blob/master/pwiz/utility/findmf/base/base/utilities/interpolation.hpp", target="_blank"];
+     n_utility__findmf__base__filter__filter [label=<<s>filter</s>>, fillcolor="#dcdcdc", color="#888888", fontcolor="#555555", tooltip="Won't port. No specific replacement recorded.", href="https://github.com/ProteoWizard/pwiz/blob/master/pwiz/utility/findmf/base/filter/filter.hpp", target="_blank"];
+     n_utility__findmf__base__filter__gaussfilter [label=<<s>gaussfilter</s>>, fillcolor="#dcdcdc", color="#888888", fontcolor="#555555", tooltip="Won't port. No specific replacement recorded.", href="https://github.com/ProteoWizard/pwiz/blob/master/pwiz/utility/findmf/base/filter/gaussfilter.hpp", target="_blank"];
+     n_utility__findmf__base__filter__utilities__gauss [label=<<s>gauss</s>>, fillcolor="#dcdcdc", color="#888888", fontcolor="#555555", tooltip="Won't port. No specific replacement recorded.", href="https://github.com/ProteoWizard/pwiz/blob/master/pwiz/utility/findmf/base/filter/utilities/gauss.hpp", target="_blank"];
+     n_utility__findmf__base__filter__utilities__mexhat [label=<<s>mexhat</s>>, fillcolor="#dcdcdc", color="#888888", fontcolor="#555555", tooltip="Won't port. No specific replacement recorded.", href="https://github.com/ProteoWizard/pwiz/blob/master/pwiz/utility/findmf/base/filter/utilities/mexhat.hpp", target="_blank"];
+     n_utility__findmf__base__filter__utilities__preparedata [label=<<s>preparedata</s>>, fillcolor="#dcdcdc", color="#888888", fontcolor="#555555", tooltip="Won't port. No specific replacement recorded.", href="https://github.com/ProteoWizard/pwiz/blob/master/pwiz/utility/findmf/base/filter/utilities/preparedata.hpp", target="_blank"];
+     n_utility__findmf__base__ms__peakpickerqtof [label=<<s>peakpickerqtof</s>>, fillcolor="#dcdcdc", color="#888888", fontcolor="#555555", tooltip="Won't port. No specific replacement recorded.", href="https://github.com/ProteoWizard/pwiz/blob/master/pwiz/utility/findmf/base/ms/peakpickerqtof.hpp", target="_blank"];
+     n_utility__findmf__base__ms__simplepicker [label=<<s>simplepicker</s>>, fillcolor="#dcdcdc", color="#888888", fontcolor="#555555", tooltip="Won't port. No specific replacement recorded.", href="https://github.com/ProteoWizard/pwiz/blob/master/pwiz/utility/findmf/base/ms/simplepicker.hpp", target="_blank"];
+     n_utility__findmf__base__resample__bin1d [label=<<s>bin1d</s>>, fillcolor="#dcdcdc", color="#888888", fontcolor="#555555", tooltip="Won't port. No specific replacement recorded.", href="https://github.com/ProteoWizard/pwiz/blob/master/pwiz/utility/findmf/base/resample/bin1d.hpp", target="_blank"];
+     n_utility__findmf__base__resample__breakspec [label=<<s>breakspec</s>>, fillcolor="#dcdcdc", color="#888888", fontcolor="#555555", tooltip="Won't port. No specific replacement recorded.", href="https://github.com/ProteoWizard/pwiz/blob/master/pwiz/utility/findmf/base/resample/breakspec.hpp", target="_blank"];
+     n_utility__findmf__base__resample__bucket1d [label=<<s>bucket1d</s>>, fillcolor="#dcdcdc", color="#888888", fontcolor="#555555", tooltip="Won't port. No specific replacement recorded.", href="https://github.com/ProteoWizard/pwiz/blob/master/pwiz/utility/findmf/base/resample/bucket1d.hpp", target="_blank"];
+     n_utility__findmf__base__resample__convert2dense [label=<<s>convert2dense</s>>, fillcolor="#dcdcdc", color="#888888", fontcolor="#555555", tooltip="Won't port. No specific replacement recorded.", href="https://github.com/ProteoWizard/pwiz/blob/master/pwiz/utility/findmf/base/resample/convert2dense.hpp", target="_blank"];
+     n_utility__findmf__base__resample__determinebinwidth [label=<<s>determinebinwidth</s>>, fillcolor="#dcdcdc", color="#888888", fontcolor="#555555", tooltip="Won't port. No specific replacement recorded.", href="https://github.com/ProteoWizard/pwiz/blob/master/pwiz/utility/findmf/base/resample/determinebinwidth.hpp", target="_blank"];
+     n_utility__findmf__base__resample__masscomparefunctors [label=<<s>masscomparefunctors</s>>, fillcolor="#dcdcdc", color="#888888", fontcolor="#555555", tooltip="Won't port. No specific replacement recorded.", href="https://github.com/ProteoWizard/pwiz/blob/master/pwiz/utility/findmf/base/resample/masscomparefunctors.hpp", target="_blank"];
+     n_utility__findmf__base__resample__utilities__determinebinwidth [label=<<s>determinebinwidth</s>>, fillcolor="#dcdcdc", color="#888888", fontcolor="#555555", tooltip="Won't port. No specific replacement recorded.", href="https://github.com/ProteoWizard/pwiz/blob/master/pwiz/utility/findmf/base/resample/utilities/determinebinwidth.hpp", target="_blank"];
    n_utility__findmf__base__base__base -> n_utility__findmf__base__base__constants -> n_utility__findmf__base__base__copyif -> n_utility__findmf__base__base__cumsum -> n_utility__findmf__base__base__diff -> n_utility__findmf__base__base__interpolate -> n_utility__findmf__base__base__scale -> n_utility__findmf__base__base__utilities__base -> n_utility__findmf__base__base__utilities__interpolation -> n_utility__findmf__base__filter__filter -> n_utility__findmf__base__filter__gaussfilter -> n_utility__findmf__base__filter__utilities__gauss -> n_utility__findmf__base__filter__utilities__mexhat -> n_utility__findmf__base__filter__utilities__preparedata -> n_utility__findmf__base__ms__peakpickerqtof -> n_utility__findmf__base__ms__simplepicker -> n_utility__findmf__base__resample__bin1d -> n_utility__findmf__base__resample__breakspec -> n_utility__findmf__base__resample__bucket1d -> n_utility__findmf__base__resample__convert2dense -> n_utility__findmf__base__resample__determinebinwidth -> n_utility__findmf__base__resample__masscomparefunctors -> n_utility__findmf__base__resample__utilities__determinebinwidth [style=invis, constraint=false];
  }
  subgraph cluster_utility_Other {
    label=<<b>Other</b>>;
    style="rounded,dashed";
    color="#888";
    fontname="Segoe UI";
    fontsize=11;
    margin=10;
    rank=same;
    n_utility__bindings__CLI__AssemblyInfo [label="AssemblyInfo", fillcolor="#f5a8a8", color="#a02020", fontcolor="#3d0a0a", tooltip="Not yet ported. No specific reason recorded.", href="https://github.com/ProteoWizard/pwiz/blob/master/pwiz/utility/bindings/CLI/AssemblyInfo.cpp", target="_blank"];
    n_utility__bindings__CLI__ChromatogramList_SavitzkyGolaySmoother [label="ChromatogramList_SavitzkyGolaySmoother", fillcolor="#f5a8a8", color="#a02020", fontcolor="#3d0a0a", tooltip="Not yet ported. No specific reason recorded.", href="https://github.com/ProteoWizard/pwiz/blob/master/pwiz/utility/bindings/CLI/ChromatogramList_SavitzkyGolaySmoother.hpp", target="_blank"];
    n_utility__bindings__CLI__analysis__SpectrumList_PeakFilter [label="SpectrumList_PeakFilter", fillcolor="#f5a8a8", color="#a02020", fontcolor="#3d0a0a", tooltip="Not yet ported. No specific reason recorded.", href="https://github.com/ProteoWizard/pwiz/blob/master/pwiz/utility/bindings/CLI/analysis/SpectrumList_PeakFilter.cpp", target="_blank"];
    n_utility__bindings__CLI__analysis__spectrum_processing [label="spectrum_processing", fillcolor="#f5a8a8", color="#a02020", fontcolor="#3d0a0a", tooltip="Not yet ported. No specific reason recorded.", href="https://github.com/ProteoWizard/pwiz/blob/master/pwiz/utility/bindings/CLI/analysis/spectrum_processing.cpp", target="_blank"];
    n_utility__bindings__CLI__chemistry__chemistry [label="chemistry", fillcolor="#f5a8a8", color="#a02020", fontcolor="#3d0a0a", tooltip="Not yet ported. No specific reason recorded.", href="https://github.com/ProteoWizard/pwiz/blob/master/pwiz/utility/bindings/CLI/chemistry/chemistry.cpp", target="_blank"];
    n_utility__bindings__CLI__common__BinaryData [label="BinaryData", fillcolor="#f5a8a8", color="#a02020", fontcolor="#3d0a0a", tooltip="Not yet ported. No specific reason recorded.", href="https://github.com/ProteoWizard/pwiz/blob/master/pwiz/utility/bindings/CLI/common/BinaryData.hpp", target="_blank"];
    n_utility__bindings__CLI__common__IterationListener [label="IterationListener", fillcolor="#f5a8a8", color="#a02020", fontcolor="#3d0a0a", tooltip="Not yet ported. No specific reason recorded.", href="https://github.com/ProteoWizard/pwiz/blob/master/pwiz/utility/bindings/CLI/common/IterationListener.cpp", target="_blank"];
    n_utility__bindings__CLI__common__ParamTypes [label="ParamTypes", fillcolor="#f5a8a8", color="#a02020", fontcolor="#3d0a0a", tooltip="Not yet ported. No specific reason recorded.", href="https://github.com/ProteoWizard/pwiz/blob/master/pwiz/utility/bindings/CLI/common/ParamTypes.cpp", target="_blank"];
    n_utility__bindings__CLI__common__SharedCLI [label="SharedCLI", fillcolor="#f5a8a8", color="#a02020", fontcolor="#3d0a0a", tooltip="Not yet ported. No specific reason recorded.", href="https://github.com/ProteoWizard/pwiz/blob/master/pwiz/utility/bindings/CLI/common/SharedCLI.hpp", target="_blank"];
    n_utility__bindings__CLI__common__Unimod [label="Unimod", fillcolor="#f5a8a8", color="#a02020", fontcolor="#3d0a0a", tooltip="Not yet ported. No specific reason recorded.", href="https://github.com/ProteoWizard/pwiz/blob/master/pwiz/utility/bindings/CLI/common/Unimod.cpp", target="_blank"];
    n_utility__bindings__CLI__common__cv [label="cv", fillcolor="#f5a8a8", color="#a02020", fontcolor="#3d0a0a", tooltip="Not yet ported. No specific reason recorded.", href="https://github.com/ProteoWizard/pwiz/blob/master/pwiz/utility/bindings/CLI/common/cv.hpp", target="_blank"];
    n_utility__bindings__CLI__common__cvgen_cli [label="cvgen_cli", fillcolor="#f5a8a8", color="#a02020", fontcolor="#3d0a0a", tooltip="Not yet ported. No specific reason recorded.", href="https://github.com/ProteoWizard/pwiz/blob/master/pwiz/utility/bindings/CLI/common/cvgen_cli.cpp", target="_blank"];
    n_utility__bindings__CLI__common__map [label="map", fillcolor="#f5a8a8", color="#a02020", fontcolor="#3d0a0a", tooltip="Not yet ported. No specific reason recorded.", href="https://github.com/ProteoWizard/pwiz/blob/master/pwiz/utility/bindings/CLI/common/map.hpp", target="_blank"];
    n_utility__bindings__CLI__common__unit [label="unit", fillcolor="#f5a8a8", color="#a02020", fontcolor="#3d0a0a", tooltip="Not yet ported. No specific reason recorded.", href="https://github.com/ProteoWizard/pwiz/blob/master/pwiz/utility/bindings/CLI/common/unit.hpp", target="_blank"];
    n_utility__bindings__CLI__common__util [label="util", fillcolor="#f5a8a8", color="#a02020", fontcolor="#3d0a0a", tooltip="Not yet ported. No specific reason recorded.", href="https://github.com/ProteoWizard/pwiz/blob/master/pwiz/utility/bindings/CLI/common/util.cpp", target="_blank"];
    n_utility__bindings__CLI__common__vector [label="vector", fillcolor="#f5a8a8", color="#a02020", fontcolor="#3d0a0a", tooltip="Not yet ported. No specific reason recorded.", href="https://github.com/ProteoWizard/pwiz/blob/master/pwiz/utility/bindings/CLI/common/vector.hpp", target="_blank"];
    n_utility__bindings__CLI__common__virtual_map [label="virtual_map", fillcolor="#f5a8a8", color="#a02020", fontcolor="#3d0a0a", tooltip="Not yet ported. No specific reason recorded.", href="https://github.com/ProteoWizard/pwiz/blob/master/pwiz/utility/bindings/CLI/common/virtual_map.hpp", target="_blank"];
    n_utility__bindings__CLI__example__benchmark [label="benchmark", fillcolor="#f5a8a8", color="#a02020", fontcolor="#3d0a0a", tooltip="Not yet ported. No specific reason recorded.", href="https://github.com/ProteoWizard/pwiz/blob/master/pwiz/utility/bindings/CLI/example/benchmark.cpp", target="_blank"];
    n_utility__bindings__CLI__msdata__Diff [label="Diff", fillcolor="#f5a8a8", color="#a02020", fontcolor="#3d0a0a", tooltip="Not yet ported. No specific reason recorded.", href="https://github.com/ProteoWizard/pwiz/blob/master/pwiz/utility/bindings/CLI/msdata/Diff.cpp", target="_blank"];
    n_utility__bindings__CLI__msdata__MSData [label="MSData", fillcolor="#f5a8a8", color="#a02020", fontcolor="#3d0a0a", tooltip="Not yet ported. No specific reason recorded.", href="https://github.com/ProteoWizard/pwiz/blob/master/pwiz/utility/bindings/CLI/msdata/MSData.cpp", target="_blank"];
    n_utility__bindings__CLI__msdata__MSDataFile [label="MSDataFile", fillcolor="#f5a8a8", color="#a02020", fontcolor="#3d0a0a", tooltip="Not yet ported. No specific reason recorded.", href="https://github.com/ProteoWizard/pwiz/blob/master/pwiz/utility/bindings/CLI/msdata/MSDataFile.cpp", target="_blank"];
    n_utility__bindings__CLI__msdata__Reader [label="Reader", fillcolor="#f5a8a8", color="#a02020", fontcolor="#3d0a0a", tooltip="Not yet ported. No specific reason recorded.", href="https://github.com/ProteoWizard/pwiz/blob/master/pwiz/utility/bindings/CLI/msdata/Reader.cpp", target="_blank"];
    n_utility__bindings__CLI__msdata__examples [label="examples", fillcolor="#f5a8a8", color="#a02020", fontcolor="#3d0a0a", tooltip="Not yet ported. No specific reason recorded.", href="https://github.com/ProteoWizard/pwiz/blob/master/pwiz/utility/bindings/CLI/msdata/examples.cpp", target="_blank"];
    n_utility__bindings__CLI__proteome__Diff [label="Diff", fillcolor="#f5a8a8", color="#a02020", fontcolor="#3d0a0a", tooltip="Not yet ported. No specific reason recorded.", href="https://github.com/ProteoWizard/pwiz/blob/master/pwiz/utility/bindings/CLI/proteome/Diff.cpp", target="_blank"];
    n_utility__bindings__CLI__proteome__ProteomeData [label="ProteomeData", fillcolor="#f5a8a8", color="#a02020", fontcolor="#3d0a0a", tooltip="Not yet ported. No specific reason recorded.", href="https://github.com/ProteoWizard/pwiz/blob/master/pwiz/utility/bindings/CLI/proteome/ProteomeData.cpp", target="_blank"];
    n_utility__bindings__CLI__proteome__ProteomeDataFile [label="ProteomeDataFile", fillcolor="#f5a8a8", color="#a02020", fontcolor="#3d0a0a", tooltip="Not yet ported. No specific reason recorded.", href="https://github.com/ProteoWizard/pwiz/blob/master/pwiz/utility/bindings/CLI/proteome/ProteomeDataFile.cpp", target="_blank"];
    n_utility__bindings__CLI__proteome__Reader [label="Reader", fillcolor="#f5a8a8", color="#a02020", fontcolor="#3d0a0a", tooltip="Not yet ported. No specific reason recorded.", href="https://github.com/ProteoWizard/pwiz/blob/master/pwiz/utility/bindings/CLI/proteome/Reader.cpp", target="_blank"];
    n_utility__bindings__CLI__proteome__examples [label="examples", fillcolor="#f5a8a8", color="#a02020", fontcolor="#3d0a0a", tooltip="Not yet ported. No specific reason recorded.", href="https://github.com/ProteoWizard/pwiz/blob/master/pwiz/utility/bindings/CLI/proteome/examples.cpp", target="_blank"];
    n_utility__bindings__CLI__proteome__proteome [label="proteome", fillcolor="#f5a8a8", color="#a02020", fontcolor="#3d0a0a", tooltip="Not yet ported. No specific reason recorded.", href="https://github.com/ProteoWizard/pwiz/blob/master/pwiz/utility/bindings/CLI/proteome/proteome.cpp", target="_blank"];
    n_utility__bindings__CLI__timstof_prm_scheduler__PrmScheduler [label="PrmScheduler", fillcolor="#f5a8a8", color="#a02020", fontcolor="#3d0a0a", tooltip="Not yet ported. No specific reason recorded.", href="https://github.com/ProteoWizard/pwiz/blob/master/pwiz/utility/bindings/CLI/timstof_prm_scheduler/PrmScheduler.cpp", target="_blank"];
    n_utility__bindings__CLI__tradata__Diff [label="Diff", fillcolor="#f5a8a8", color="#a02020", fontcolor="#3d0a0a", tooltip="Not yet ported. No specific reason recorded.", href="https://github.com/ProteoWizard/pwiz/blob/master/pwiz/utility/bindings/CLI/tradata/Diff.cpp", target="_blank"];
    n_utility__bindings__CLI__tradata__Reader [label="Reader", fillcolor="#f5a8a8", color="#a02020", fontcolor="#3d0a0a", tooltip="Not yet ported. No specific reason recorded.", href="https://github.com/ProteoWizard/pwiz/blob/master/pwiz/utility/bindings/CLI/tradata/Reader.cpp", target="_blank"];
    n_utility__bindings__CLI__tradata__TraData [label="TraData", fillcolor="#f5a8a8", color="#a02020", fontcolor="#3d0a0a", tooltip="Not yet ported. No specific reason recorded.", href="https://github.com/ProteoWizard/pwiz/blob/master/pwiz/utility/bindings/CLI/tradata/TraData.cpp", target="_blank"];
    n_utility__bindings__CLI__tradata__TraDataFile [label="TraDataFile", fillcolor="#f5a8a8", color="#a02020", fontcolor="#3d0a0a", tooltip="Not yet ported. No specific reason recorded.", href="https://github.com/ProteoWizard/pwiz/blob/master/pwiz/utility/bindings/CLI/tradata/TraDataFile.cpp", target="_blank"];
    n_utility__bindings__CLI__tradata__examples [label="examples", fillcolor="#f5a8a8", color="#a02020", fontcolor="#3d0a0a", tooltip="Not yet ported. No specific reason recorded.", href="https://github.com/ProteoWizard/pwiz/blob/master/pwiz/utility/bindings/CLI/tradata/examples.cpp", target="_blank"];
    n_utility__bindings__SWIG__pwiz_RAMPAdapter [label="pwiz_RAMPAdapter", fillcolor="#f5a8a8", color="#a02020", fontcolor="#3d0a0a", tooltip="Not yet ported. No specific reason recorded.", href="https://github.com/ProteoWizard/pwiz/blob/master/pwiz/utility/bindings/SWIG/pwiz_RAMPAdapter.cpp", target="_blank"];
    n_utility__bindings__SWIG__python_pwiz_RAMPAdapter [label="python_pwiz_RAMPAdapter", fillcolor="#f5a8a8", color="#a02020", fontcolor="#3d0a0a", tooltip="Not yet ported. No specific reason recorded.", href="https://github.com/ProteoWizard/pwiz/blob/master/pwiz/utility/bindings/SWIG/python_pwiz_RAMPAdapter.cpp", target="_blank"];
    n_utility__bindings__CLI__AssemblyInfo -> n_utility__bindings__CLI__ChromatogramList_SavitzkyGolaySmoother -> n_utility__bindings__CLI__analysis__SpectrumList_PeakFilter -> n_utility__bindings__CLI__analysis__spectrum_processing -> n_utility__bindings__CLI__chemistry__chemistry -> n_utility__bindings__CLI__common__BinaryData -> n_utility__bindings__CLI__common__IterationListener -> n_utility__bindings__CLI__common__ParamTypes -> n_utility__bindings__CLI__common__SharedCLI -> n_utility__bindings__CLI__common__Unimod -> n_utility__bindings__CLI__common__cv -> n_utility__bindings__CLI__common__cvgen_cli -> n_utility__bindings__CLI__common__map -> n_utility__bindings__CLI__common__unit -> n_utility__bindings__CLI__common__util -> n_utility__bindings__CLI__common__vector -> n_utility__bindings__CLI__common__virtual_map -> n_utility__bindings__CLI__example__benchmark -> n_utility__bindings__CLI__msdata__Diff -> n_utility__bindings__CLI__msdata__MSData -> n_utility__bindings__CLI__msdata__MSDataFile -> n_utility__bindings__CLI__msdata__Reader -> n_utility__bindings__CLI__msdata__examples -> n_utility__bindings__CLI__proteome__Diff -> n_utility__bindings__CLI__proteome__ProteomeData -> n_utility__bindings__CLI__proteome__ProteomeDataFile -> n_utility__bindings__CLI__proteome__Reader -> n_utility__bindings__CLI__proteome__examples -> n_utility__bindings__CLI__proteome__proteome -> n_utility__bindings__CLI__timstof_prm_scheduler__PrmScheduler -> n_utility__bindings__CLI__tradata__Diff -> n_utility__bindings__CLI__tradata__Reader -> n_utility__bindings__CLI__tradata__TraData -> n_utility__bindings__CLI__tradata__TraDataFile -> n_utility__bindings__CLI__tradata__examples -> n_utility__bindings__SWIG__pwiz_RAMPAdapter -> n_utility__bindings__SWIG__python_pwiz_RAMPAdapter [style=invis, constraint=false];
  }
  n_utility__chemistry__Chemistry -> n_utility__math__HouseholderQR [style=invis, minlen=1];
  n_utility__math__HouseholderQR -> n_utility__misc__Base64 [style=invis, minlen=1];
  n_utility__misc__Base64 -> n_utility__misc__Image [style=invis, minlen=1];
  n_utility__misc__Image -> n_utility__minimxml__SAXParser [style=invis, minlen=1];
  n_utility__minimxml__SAXParser -> n_utility__proteome__IPIFASTADatabase [style=invis, minlen=1];
  n_utility__proteome__IPIFASTADatabase -> n_utility__findmf__base__base__base [style=invis, minlen=1];
  n_utility__findmf__base__base__base -> n_utility__bindings__CLI__AssemblyInfo [style=invis, minlen=1];
  subgraph cluster_legend {
    label=<<b>Status</b>>;
    style="rounded";
    color="#444";
    fontname="Segoe UI";
    fontsize=11;
    margin=8;
    rank=same;
    legend_full [label="ported", fillcolor="#9ee5a3", color="#2c7a32", fontcolor="#0a3d10"];
    legend_partial [label="partial", fillcolor="#ffe48a", color="#a87000", fontcolor="#4a3000"];
    legend_none [label="not yet ported", fillcolor="#f5a8a8", color="#a02020", fontcolor="#3d0a0a"];
    legend_skipped [label=<<s>won't port (BCL/legacy)</s>>, fillcolor="#dcdcdc", color="#888888", fontcolor="#555555"];
    legend_full -> legend_partial -> legend_none -> legend_skipped [style=invis, constraint=false];
  }
  n_utility__bindings__CLI__AssemblyInfo -> legend_full [style=invis, minlen=1];
}
